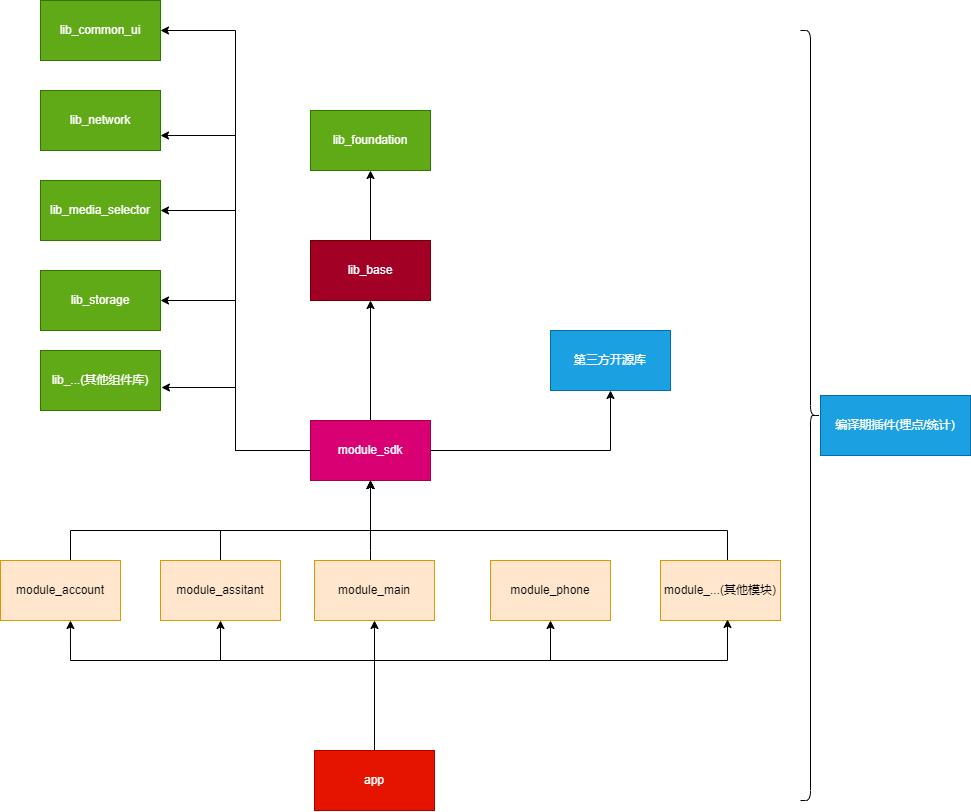
Ztiany/android-architecture-practice keeps this draw.io diagram as document/architecture/images/all_component.png. Above is the earlier version. Source tidied: cells renumbered, new cells last; positions are measured from the earlier drawing's top-left corner, leaving out a move shared by most shapes.
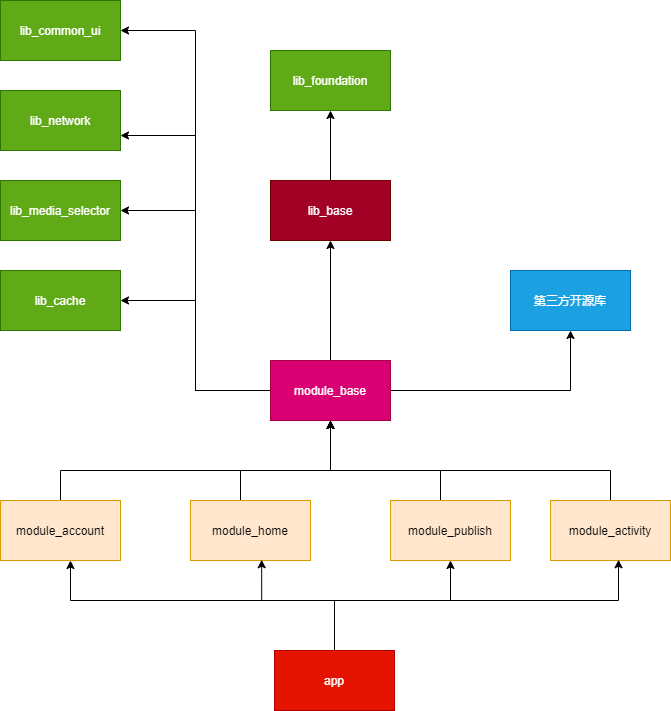
Above is the later version.

What changed in the source:
```diff
@@ -2,38 +2,35 @@
   <root>
     <mxCell id="0" />
     <mxCell id="1" parent="0" />
-    <mxCell id="2" style="edgeStyle=orthogonalEdgeStyle;rounded=0;jettySize=auto;html=1;entryX=0.5;entryY=1;entryDx=0;entryDy=0;" parent="1" edge="1" source="9" target="15">
-      <mxGeometry relative="1" as="geometry" />
-    </mxCell>
-    <mxCell id="3" style="edgeStyle=orthogonalEdgeStyle;rounded=0;jettySize=auto;html=1;entryX=0.5;entryY=1;entryDx=0;entryDy=0;" parent="1" edge="1" source="9" target="14">
-      <mxGeometry relative="1" as="geometry" />
-    </mxCell>
-    <mxCell id="4" style="edgeStyle=orthogonalEdgeStyle;rounded=0;jettySize=auto;html=1;entryX=1;entryY=0.75;entryDx=0;entryDy=0;" parent="1" edge="1" source="9" target="12">
-      <mxGeometry relative="1" as="geometry" />
-    </mxCell>
-    <mxCell id="5" style="edgeStyle=orthogonalEdgeStyle;rounded=0;jettySize=auto;html=1;entryX=1;entryY=0.5;entryDx=0;entryDy=0;" parent="1" edge="1" source="9" target="10">
-      <mxGeometry relative="1" as="geometry" />
-    </mxCell>
-    <mxCell id="6" style="edgeStyle=orthogonalEdgeStyle;rounded=0;jettySize=auto;html=1;entryX=1;entryY=0.5;entryDx=0;entryDy=0;" parent="1" edge="1" source="9" target="11">
-      <mxGeometry relative="1" as="geometry" />
-    </mxCell>
-    <mxCell id="7" style="edgeStyle=orthogonalEdgeStyle;rounded=0;jettySize=auto;html=1;entryX=1;entryY=0.5;entryDx=0;entryDy=0;" parent="1" edge="1" source="9" target="30">
-      <mxGeometry relative="1" as="geometry" />
-    </mxCell>
-    <mxCell id="8" style="edgeStyle=orthogonalEdgeStyle;rounded=0;jettySize=auto;html=1;entryX=1.008;entryY=0.617;entryDx=0;entryDy=0;entryPerimeter=0;" parent="1" edge="1" source="9" target="34">
-      <mxGeometry relative="1" as="geometry" />
-    </mxCell>
-    <mxCell id="9" value="module_sdk" style="rounded=0;whiteSpace=wrap;html=1;fillColor=#d80073;strokeColor=#A50040;fontColor=#ffffff;" parent="1" vertex="1">
-      <mxGeometry x="310" y="420" width="120" height="60" as="geometry" />
-    </mxCell>
+    <mxCell id="36" style="edgeStyle=orthogonalEdgeStyle;rounded=0;jettySize=auto;html=1;entryX=0.5;entryY=1;entryDx=0;entryDy=0;" parent="1" edge="1" source="42" target="15">
+      <mxGeometry relative="1" as="geometry" />
+    </mxCell>
+    <mxCell id="37" style="edgeStyle=orthogonalEdgeStyle;rounded=0;jettySize=auto;html=1;entryX=0.5;entryY=1;entryDx=0;entryDy=0;" parent="1" edge="1" source="42" target="14">
+      <mxGeometry relative="1" as="geometry" />
+    </mxCell>
+    <mxCell id="38" style="edgeStyle=orthogonalEdgeStyle;rounded=0;jettySize=auto;html=1;entryX=1;entryY=0.75;entryDx=0;entryDy=0;" parent="1" edge="1" source="42" target="12">
+      <mxGeometry relative="1" as="geometry" />
+    </mxCell>
+    <mxCell id="39" style="edgeStyle=orthogonalEdgeStyle;rounded=0;jettySize=auto;html=1;entryX=1;entryY=0.5;entryDx=0;entryDy=0;" parent="1" edge="1" source="42" target="10">
+      <mxGeometry relative="1" as="geometry" />
+    </mxCell>
+    <mxCell id="40" style="edgeStyle=orthogonalEdgeStyle;rounded=0;jettySize=auto;html=1;entryX=1;entryY=0.5;entryDx=0;entryDy=0;" parent="1" edge="1" source="42" target="43">
+      <mxGeometry relative="1" as="geometry" />
+    </mxCell>
+    <mxCell id="41" style="edgeStyle=orthogonalEdgeStyle;rounded=0;jettySize=auto;html=1;entryX=1;entryY=0.5;entryDx=0;entryDy=0;" parent="1" edge="1" source="42" target="30">
+      <mxGeometry relative="1" as="geometry" />
+    </mxCell>
+    <mxCell id="42" value="module_base" style="rounded=0;whiteSpace=wrap;html=1;fillColor=#d80073;strokeColor=#A50040;fontColor=#ffffff;" parent="1" vertex="1">
+      <mxGeometry x="310" y="420" width="120" height="60" as="geometry" />
+    </mxCell>
     <mxCell id="10" value="lib_media_selector" style="rounded=0;whiteSpace=wrap;html=1;fillColor=#60a917;strokeColor=#2D7600;fontColor=#ffffff;" parent="1" vertex="1">
-      <mxGeometry x="40" y="180" width="120" height="60" as="geometry" />
+      <mxGeometry x="40" y="240" width="120" height="60" as="geometry" />
     </mxCell>
-    <mxCell id="11" value="lib_storage" style="rounded=0;whiteSpace=wrap;html=1;fillColor=#60a917;strokeColor=#2D7600;fontColor=#ffffff;" parent="1" vertex="1">
-      <mxGeometry x="40" y="270" width="120" height="60" as="geometry" />
-    </mxCell>
+    <mxCell id="43" value="lib_cache" style="rounded=0;whiteSpace=wrap;html=1;fillColor=#60a917;strokeColor=#2D7600;fontColor=#ffffff;" parent="1" vertex="1">
+      <mxGeometry x="40" y="330" width="120" height="60" as="geometry" />
+    </mxCell>
     <mxCell id="12" value="lib_network" style="rounded=0;whiteSpace=wrap;html=1;fillColor=#60a917;strokeColor=#2D7600;fontColor=#ffffff;" parent="1" vertex="1">
-      <mxGeometry x="40" y="90" width="120" height="60" as="geometry" />
+      <mxGeometry x="40" y="150" width="120" height="60" as="geometry" />
     </mxCell>
     <mxCell id="13" style="edgeStyle=orthogonalEdgeStyle;rounded=0;jettySize=auto;html=1;entryX=0.5;entryY=1;entryDx=0;entryDy=0;" parent="1" edge="1" source="14" target="31">
       <mxGeometry relative="1" as="geometry" />
@@ -44,108 +41,92 @@
     <mxCell id="15" value="第三方开源库" style="rounded=0;whiteSpace=wrap;html=1;fillColor=#1ba1e2;strokeColor=#006EAF;fontColor=#ffffff;" parent="1" vertex="1">
       <mxGeometry x="550" y="330" width="120" height="60" as="geometry" />
     </mxCell>
-    <mxCell id="16" style="edgeStyle=orthogonalEdgeStyle;rounded=0;jettySize=auto;html=1;entryX=0.5;entryY=1;entryDx=0;entryDy=0;" parent="1" edge="1" source="17" target="9">
-      <mxGeometry relative="1" as="geometry">
-        <Array as="points">
-          <mxPoint x="70" y="530" />
-          <mxPoint x="370" y="530" />
-        </Array>
-      </mxGeometry>
-    </mxCell>
+    <mxCell id="44" style="edgeStyle=orthogonalEdgeStyle;rounded=0;jettySize=auto;html=1;entryX=0.5;entryY=1;entryDx=0;entryDy=0;" parent="1" edge="1" source="17" target="42">
+      <mxGeometry relative="1" as="geometry">
+        <Array as="points">
+          <mxPoint x="100" y="530" />
+          <mxPoint x="370" y="530" />
+        </Array>
+      </mxGeometry>
+    </mxCell>
     <mxCell id="17" value="module_account" style="rounded=0;whiteSpace=wrap;html=1;fillColor=#ffe6cc;strokeColor=#d79b00;" parent="1" vertex="1">
-      <mxGeometry y="560" width="120" height="60" as="geometry" />
+      <mxGeometry x="40" y="560" width="120" height="60" as="geometry" />
     </mxCell>
-    <mxCell id="18" style="edgeStyle=orthogonalEdgeStyle;rounded=0;jettySize=auto;html=1;" parent="1" edge="1" source="19">
-      <mxGeometry relative="1" as="geometry">
-        <mxPoint x="370" y="480" as="targetPoint" />
-        <Array as="points">
-          <mxPoint x="220" y="530" />
-          <mxPoint x="370" y="530" />
-        </Array>
-      </mxGeometry>
-    </mxCell>
-    <mxCell id="19" value="module_assitant" style="rounded=0;whiteSpace=wrap;html=1;fillColor=#ffe6cc;strokeColor=#d79b00;" parent="1" vertex="1">
-      <mxGeometry x="160" y="560" width="120" height="60" as="geometry" />
-    </mxCell>
-    <mxCell id="20" style="edgeStyle=orthogonalEdgeStyle;rounded=0;jettySize=auto;html=1;" parent="1" edge="1" source="21">
-      <mxGeometry relative="1" as="geometry">
-        <mxPoint x="370" y="480" as="targetPoint" />
-        <Array as="points">
-          <mxPoint x="370" y="550" />
-          <mxPoint x="370" y="550" />
-        </Array>
-      </mxGeometry>
-    </mxCell>
-    <mxCell id="21" value="module_main" style="rounded=0;whiteSpace=wrap;html=1;fillColor=#ffe6cc;strokeColor=#d79b00;" parent="1" vertex="1">
-      <mxGeometry x="314" y="560" width="120" height="60" as="geometry" />
-    </mxCell>
-    <mxCell id="22" style="edgeStyle=orthogonalEdgeStyle;rounded=0;jettySize=auto;html=1;entryX=0.5;entryY=1;entryDx=0;entryDy=0;" parent="1" edge="1" source="23" target="9">
-      <mxGeometry relative="1" as="geometry">
-        <Array as="points">
-          <mxPoint x="727" y="530" />
-          <mxPoint x="370" y="530" />
-        </Array>
-      </mxGeometry>
-    </mxCell>
-    <mxCell id="23" value="module_...(其他模块)" style="rounded=0;whiteSpace=wrap;html=1;fillColor=#ffe6cc;strokeColor=#d79b00;" parent="1" vertex="1">
-      <mxGeometry x="660" y="560" width="120" height="60" as="geometry" />
-    </mxCell>
+    <mxCell id="45" style="edgeStyle=orthogonalEdgeStyle;rounded=0;jettySize=auto;html=1;" parent="1" edge="1" source="46">
+      <mxGeometry relative="1" as="geometry">
+        <mxPoint x="370" y="480" as="targetPoint" />
+        <Array as="points">
+          <mxPoint x="280" y="530" />
+          <mxPoint x="370" y="530" />
+        </Array>
+      </mxGeometry>
+    </mxCell>
+    <mxCell id="46" value="module_home" style="rounded=0;whiteSpace=wrap;html=1;fillColor=#ffe6cc;strokeColor=#d79b00;" parent="1" vertex="1">
+      <mxGeometry x="230" y="560" width="120" height="60" as="geometry" />
+    </mxCell>
+    <mxCell id="47" style="edgeStyle=orthogonalEdgeStyle;rounded=0;jettySize=auto;html=1;" parent="1" edge="1" source="48">
+      <mxGeometry relative="1" as="geometry">
+        <mxPoint x="370" y="480" as="targetPoint" />
+        <Array as="points">
+          <mxPoint x="480" y="530" />
+          <mxPoint x="370" y="530" />
+        </Array>
+      </mxGeometry>
+    </mxCell>
+    <mxCell id="48" value="module_publish" style="rounded=0;whiteSpace=wrap;html=1;fillColor=#ffe6cc;strokeColor=#d79b00;" parent="1" vertex="1">
+      <mxGeometry x="430" y="560" width="120" height="60" as="geometry" />
+    </mxCell>
+    <mxCell id="49" style="edgeStyle=orthogonalEdgeStyle;rounded=0;jettySize=auto;html=1;entryX=0.5;entryY=1;entryDx=0;entryDy=0;" parent="1" edge="1" source="50" target="42">
+      <mxGeometry relative="1" as="geometry">
+        <Array as="points">
+          <mxPoint x="650" y="530" />
+          <mxPoint x="370" y="530" />
+        </Array>
+      </mxGeometry>
+    </mxCell>
+    <mxCell id="50" value="module_activity" style="rounded=0;whiteSpace=wrap;html=1;fillColor=#ffe6cc;strokeColor=#d79b00;" parent="1" vertex="1">
+      <mxGeometry x="590" y="560" width="120" height="60" as="geometry" />
+    </mxCell>
     <mxCell id="24" style="edgeStyle=orthogonalEdgeStyle;rounded=0;jettySize=auto;html=1;entryX=0.583;entryY=1;entryDx=0;entryDy=0;entryPerimeter=0;" parent="1" edge="1" source="29" target="17">
       <mxGeometry relative="1" as="geometry">
         <Array as="points">
           <mxPoint x="374" y="660" />
-          <mxPoint x="70" y="660" />
+          <mxPoint x="110" y="660" />
         </Array>
       </mxGeometry>
     </mxCell>
-    <mxCell id="25" style="edgeStyle=orthogonalEdgeStyle;rounded=0;jettySize=auto;html=1;" parent="1" edge="1" source="29">
-      <mxGeometry relative="1" as="geometry">
-        <mxPoint x="727" y="619" as="targetPoint" />
-        <Array as="points">
-          <mxPoint x="374" y="660" />
-          <mxPoint x="727" y="660" />
-        </Array>
-      </mxGeometry>
-    </mxCell>
-    <mxCell id="26" style="edgeStyle=orthogonalEdgeStyle;rounded=0;jettySize=auto;html=1;entryX=0.5;entryY=1;entryDx=0;entryDy=0;" parent="1" edge="1" source="29" target="21">
-      <mxGeometry relative="1" as="geometry" />
-    </mxCell>
-    <mxCell id="27" style="edgeStyle=orthogonalEdgeStyle;rounded=0;jettySize=auto;html=1;entryX=0.5;entryY=1;entryDx=0;entryDy=0;" parent="1" edge="1" source="29" target="19">
-      <mxGeometry relative="1" as="geometry">
-        <Array as="points">
-          <mxPoint x="374" y="660" />
-          <mxPoint x="220" y="660" />
-        </Array>
-      </mxGeometry>
-    </mxCell>
-    <mxCell id="28" style="edgeStyle=orthogonalEdgeStyle;rounded=0;jettySize=auto;html=1;entryX=0.5;entryY=1;entryDx=0;entryDy=0;" parent="1" edge="1" source="29" target="35">
-      <mxGeometry relative="1" as="geometry">
-        <Array as="points">
-          <mxPoint x="374" y="660" />
-          <mxPoint x="550" y="660" />
-        </Array>
-      </mxGeometry>
-    </mxCell>
+    <mxCell id="51" style="edgeStyle=orthogonalEdgeStyle;rounded=0;jettySize=auto;html=1;entryX=0.593;entryY=0.987;entryDx=0;entryDy=0;entryPerimeter=0;" parent="1" edge="1" source="29" target="46">
+      <mxGeometry relative="1" as="geometry">
+        <Array as="points">
+          <mxPoint x="374" y="660" />
+          <mxPoint x="301" y="660" />
+        </Array>
+      </mxGeometry>
+    </mxCell>
+    <mxCell id="52" style="edgeStyle=orthogonalEdgeStyle;rounded=0;jettySize=auto;html=1;entryX=0.5;entryY=1;entryDx=0;entryDy=0;" parent="1" edge="1" source="29" target="48">
+      <mxGeometry relative="1" as="geometry">
+        <Array as="points">
+          <mxPoint x="374" y="660" />
+          <mxPoint x="490" y="660" />
+        </Array>
+      </mxGeometry>
+    </mxCell>
+    <mxCell id="53" style="edgeStyle=orthogonalEdgeStyle;rounded=0;jettySize=auto;html=1;entryX=0.567;entryY=0.987;entryDx=0;entryDy=0;entryPerimeter=0;" parent="1" edge="1" source="29" target="50">
+      <mxGeometry relative="1" as="geometry">
+        <Array as="points">
+          <mxPoint x="374" y="660" />
+          <mxPoint x="658" y="660" />
+        </Array>
+      </mxGeometry>
+    </mxCell>
     <mxCell id="29" value="app" style="rounded=0;whiteSpace=wrap;html=1;fillColor=#e51400;strokeColor=#B20000;fontColor=#ffffff;" parent="1" vertex="1">
-      <mxGeometry x="314" y="750" width="120" height="60" as="geometry" />
+      <mxGeometry x="314" y="710" width="120" height="60" as="geometry" />
     </mxCell>
     <mxCell id="30" value="lib_common_ui" style="rounded=0;whiteSpace=wrap;html=1;fillColor=#60a917;strokeColor=#2D7600;fontColor=#ffffff;" parent="1" vertex="1">
-      <mxGeometry x="40" width="120" height="60" as="geometry" />
+      <mxGeometry x="40" y="60" width="120" height="60" as="geometry" />
     </mxCell>
     <mxCell id="31" value="lib_foundation" style="rounded=0;whiteSpace=wrap;html=1;fillColor=#60a917;strokeColor=#2D7600;fontColor=#ffffff;" parent="1" vertex="1">
       <mxGeometry x="310" y="110" width="120" height="60" as="geometry" />
     </mxCell>
-    <mxCell id="32" value="编译期插件(埋点/统计)" style="rounded=0;whiteSpace=wrap;html=1;fillColor=#1ba1e2;strokeColor=#006EAF;fontColor=#ffffff;" parent="1" vertex="1">
-      <mxGeometry x="820" y="395" width="150" height="60" as="geometry" />
-    </mxCell>
-    <mxCell id="33" style="shape=curlyBracket;whiteSpace=wrap;html=1;rounded=1;flipH=1;" parent="1" vertex="1">
-      <mxGeometry x="800" y="30" width="20" height="770" as="geometry" />
-    </mxCell>
-    <mxCell id="34" value="lib_...(其他组件库)" style="rounded=0;whiteSpace=wrap;html=1;fillColor=#60a917;strokeColor=#2D7600;fontColor=#ffffff;" parent="1" vertex="1">
-      <mxGeometry x="40" y="350" width="120" height="60" as="geometry" />
-    </mxCell>
-    <mxCell id="35" value="module_phone" style="rounded=0;whiteSpace=wrap;html=1;fillColor=#ffe6cc;strokeColor=#d79b00;" parent="1" vertex="1">
-      <mxGeometry x="490" y="560" width="120" height="60" as="geometry" />
-    </mxCell>
   </root>
 </mxGraphModel>
```
